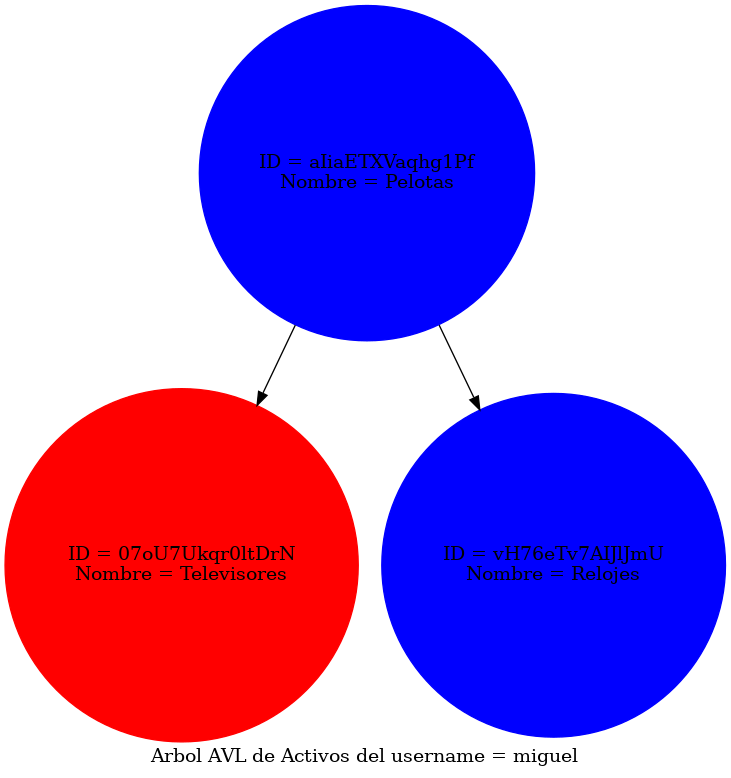
Earlier version of the Graphviz export src/Reportes/arbol_Usua.png (miguel-tubac/-EDD-Proyecto1_202101927). Its source is kept beside it as src/Reportes/arbol_Usua.dot.
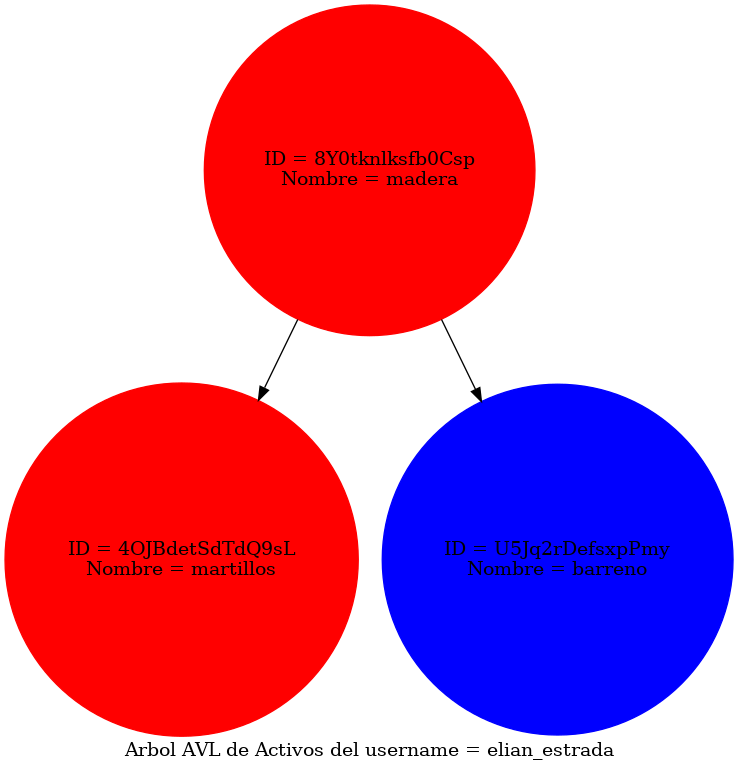
After the commit.

The edit, as a diff of the source:
```diff
@@ -1,9 +1,9 @@
 digraph AVLTree {
-	label="Arbol AVL de Activos del username = miguel";
+	label="Arbol AVL de Activos del username = elian_estrada";
     node [shape=circle];
-    "aIiaETXVaqhg1Pf" [color= blue, style=filled label="ID = aIiaETXVaqhg1Pf\nNombre = Pelotas"];
-    "aIiaETXVaqhg1Pf" -> "07oU7Ukqr0ltDrN";
-    "07oU7Ukqr0ltDrN" [color= red, style=filled label="ID = 07oU7Ukqr0ltDrN\nNombre = Televisores"];
-    "aIiaETXVaqhg1Pf" -> "vH76eTv7AIJlJmU";
-    "vH76eTv7AIJlJmU" [color= blue, style=filled label="ID = vH76eTv7AIJlJmU\nNombre = Relojes"];
+    "8Y0tknlksfb0Csp" [color= red, style=filled label="ID = 8Y0tknlksfb0Csp\nNombre = madera"];
+    "8Y0tknlksfb0Csp" -> "4OJBdetSdTdQ9sL";
+    "4OJBdetSdTdQ9sL" [color= red, style=filled label="ID = 4OJBdetSdTdQ9sL\nNombre = martillos"];
+    "8Y0tknlksfb0Csp" -> "U5Jq2rDefsxpPmy";
+    "U5Jq2rDefsxpPmy" [color= blue, style=filled label="ID = U5Jq2rDefsxpPmy\nNombre = barreno"];
 }
```
